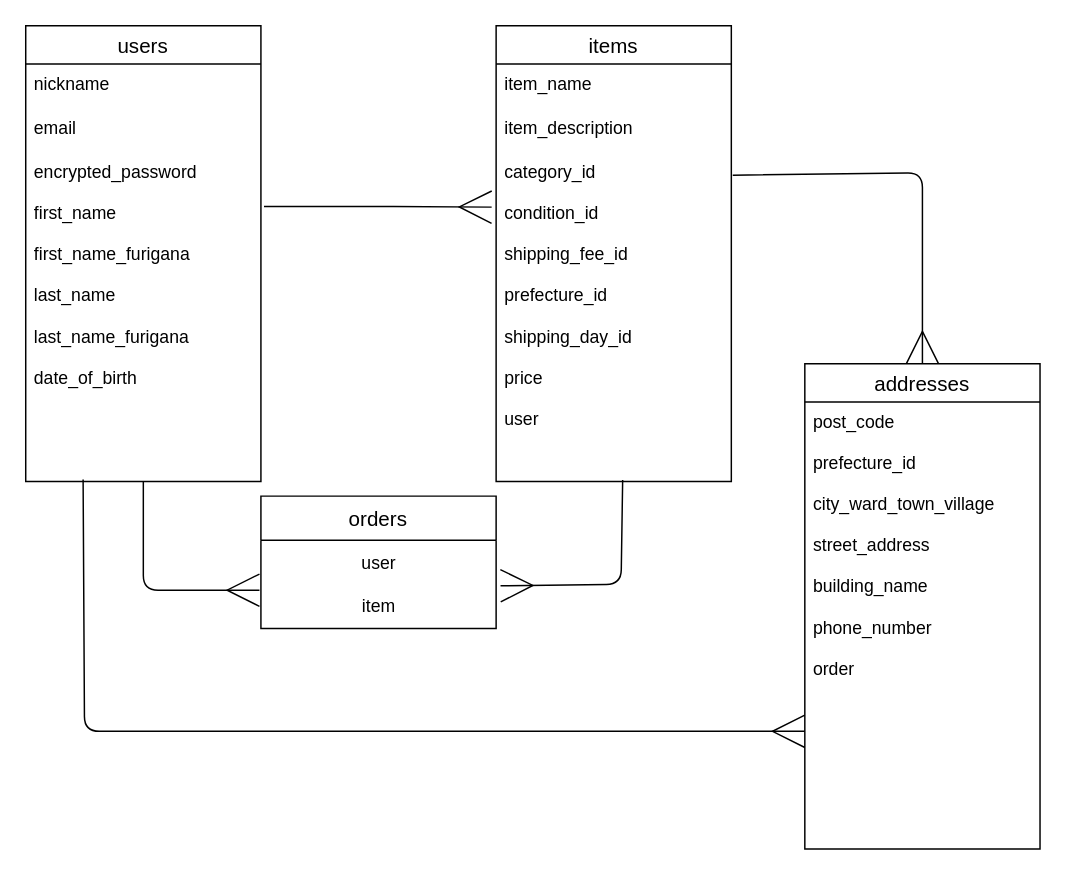
The draw.io diagram test.dio in user-onion-japan-1919/furima-41924, before the edit. Source tidied: cells renumbered, new cells numbered last; positions are measured from the earlier drawing's top-left corner, leaving out a move shared by most shapes. Both pictures are drawn from the tidied source at 147%, with x=0, y=0 at pixel (25, 25).
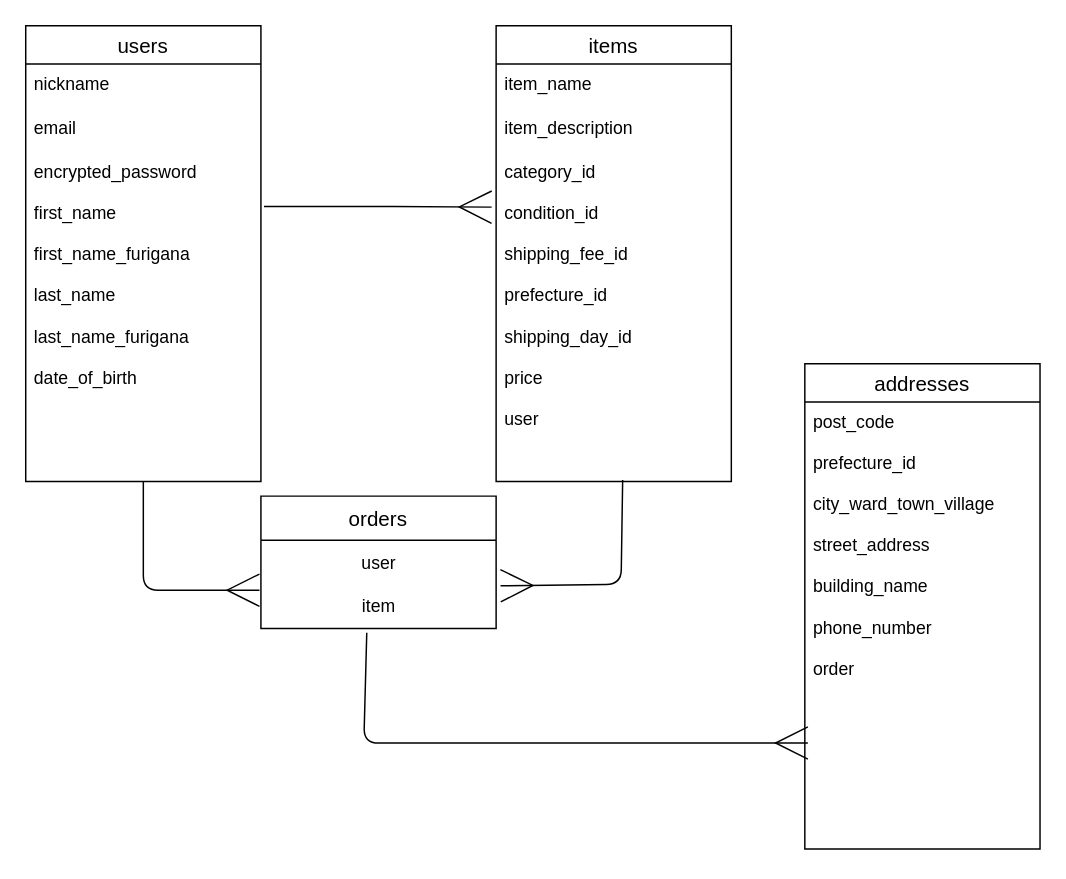
The same diagram, later.

Unchanged cells that the change refers to:
```xml
<mxCell id="8" value="encrypted_password&#10;&#10;first_name&#10;&#10;first_name_furigana&#10;&#10;last_name&#10;&#10;last_name_furigana&#10;&#10;date_of_birth&#10;" style="text;strokeColor=none;fillColor=none;spacingLeft=4;spacingRight=4;overflow=hidden;points=[[0,0.5],[1,0.5]];portConstraint=eastwest;fontSize=12;" parent="5" vertex="1">
  <mxGeometry y="86" width="160" height="224" as="geometry" />
</mxCell>
<mxCell id="14" value="category_id&#10;&#10;condition_id&#10;&#10;shipping_fee_id&#10;&#10;prefecture_id&#10;&#10;shipping_day_id&#10;&#10;price&#10;&#10;user&#10;" style="text;strokeColor=none;fillColor=none;spacingLeft=4;spacingRight=4;overflow=hidden;points=[[0,0.5],[1,0.5]];portConstraint=eastwest;fontSize=12;arcSize=24;" parent="11" vertex="1">
  <mxGeometry y="86" width="160" height="224" as="geometry" />
</mxCell>
<mxCell id="16" value="user&lt;br&gt;&lt;br&gt;item" style="text;html=1;align=center;verticalAlign=middle;points=[];strokeColor=none;fillColor=none;" parent="15" vertex="1">
  <mxGeometry y="30" width="160" height="60" as="geometry" />
</mxCell>
<mxCell id="17" value="addresses" style="swimlane;fontStyle=0;horizontal=1;startSize=26;align=center;fontSize=14;" parent="1" vertex="1">
  <mxGeometry x="530" y="230" width="160" height="330" as="geometry" />
</mxCell>
<mxCell id="18" value="post_code&#10;&#10;prefecture_id&#10;&#10;city_ward_town_village&#10;&#10;street_address&#10;&#10;building_name&#10;&#10;phone_number&#10;&#10;order&#10;&#10;&#10;&#10;" style="text;strokeColor=none;fillColor=none;spacingLeft=4;spacingRight=4;overflow=hidden;points=[[0,0.5],[1,0.5]];portConstraint=eastwest;fontSize=12;" parent="17" vertex="1">
  <mxGeometry y="26" width="160" height="304" as="geometry" />
</mxCell>
```

The edit, as a diff of the source:
```diff
@@
-    <mxCell id="4" style="edgeStyle=none;html=1;strokeWidth=1;endArrow=ERmany;endFill=0;startSize=26;endSize=20;exitX=0.244;exitY=0.994;exitDx=0;exitDy=0;exitPerimeter=0;" parent="1" edge="1" source="8">
-      <mxGeometry relative="1" as="geometry">
-        <mxPoint x="530" y="480" as="targetPoint" />
-        <Array as="points">
-          <mxPoint x="40" y="480" />
-        </Array>
-      </mxGeometry>
-    </mxCell>
@@
-    <mxCell id="10" style="edgeStyle=none;html=1;entryX=0.5;entryY=0;entryDx=0;entryDy=0;strokeWidth=1;endArrow=ERmany;endFill=0;startSize=26;endSize=20;exitX=1.006;exitY=0.07;exitDx=0;exitDy=0;exitPerimeter=0;" parent="1" edge="1" source="14" target="17">
-      <mxGeometry relative="1" as="geometry">
-        <Array as="points">
-          <mxPoint x="610" y="100" />
-        </Array>
-      </mxGeometry>
-    </mxCell>
@@
+    <mxCell id="19" style="edgeStyle=none;html=1;entryX=0.013;entryY=0.763;entryDx=0;entryDy=0;entryPerimeter=0;strokeWidth=1;endArrow=ERmany;endFill=0;startSize=26;endSize=20;exitX=0.45;exitY=1.05;exitDx=0;exitDy=0;exitPerimeter=0;" parent="1" edge="1" source="16" target="18">
+      <mxGeometry relative="1" as="geometry">
+        <Array as="points">
+          <mxPoint x="230" y="488" />
+        </Array>
+      </mxGeometry>
+    </mxCell>
```
